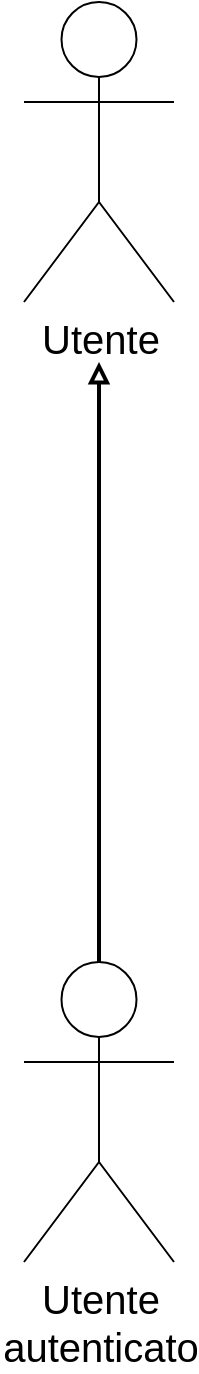
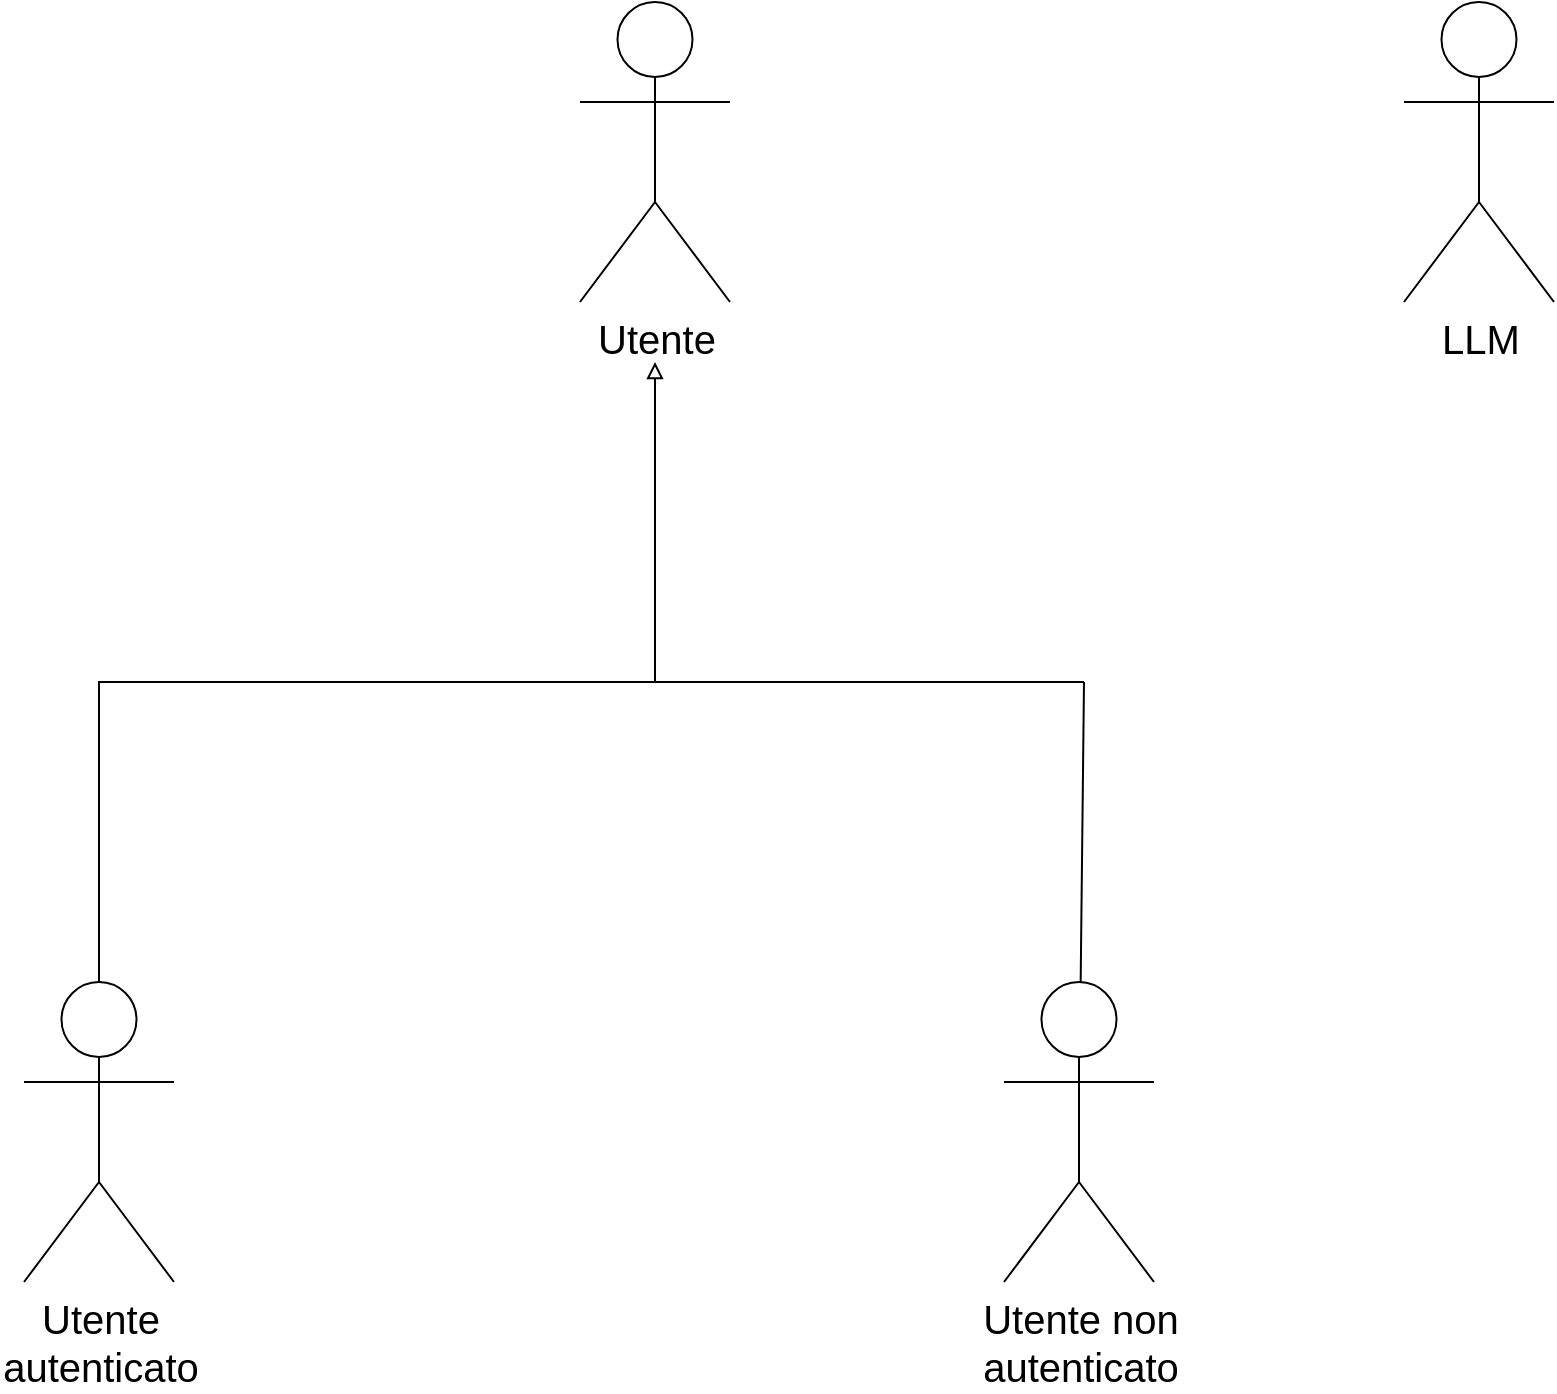
<mxfile host="Electron" agent="Mozilla/5.0 (Macintosh; Intel Mac OS X 10_15_7) AppleWebKit/537.36 (KHTML, like Gecko) draw.io/29.6.6 Chrome/144.0.7559.236 Electron/40.8.4 Safari/537.36" version="29.6.6">
  <diagram name="Page-1" id="SWSCjbfLKo6JAQNVY7nM">
-     <mxGraphModel dx="976" dy="656" grid="1" gridSize="10" guides="1" tooltips="1" connect="1" arrows="1" fold="1" page="1" pageScale="1" pageWidth="850" pageHeight="700" math="0" shadow="0">
+     <mxGraphModel dx="1084" dy="729" grid="1" gridSize="10" guides="1" tooltips="1" connect="1" arrows="1" fold="1" page="1" pageScale="1" pageWidth="850" pageHeight="700" math="0" shadow="0">
      <root>
        <mxCell id="0" />
        <mxCell id="1" parent="0" />
        <mxCell id="o21ZL58CcNTBUdiQOrhL-1" parent="1" style="shape=umlActor;verticalLabelPosition=bottom;verticalAlign=top;html=1;outlineConnect=0;fontSize=20;" value="Utente" vertex="1">
-           <mxGeometry height="150" width="75" x="388" y="10" as="geometry" />
+           <mxGeometry height="150" width="75" x="298" y="10" as="geometry" />
        </mxCell>
-         <mxCell id="o21ZL58CcNTBUdiQOrhL-5" edge="1" parent="1" source="o21ZL58CcNTBUdiQOrhL-4" style="edgeStyle=orthogonalEdgeStyle;rounded=0;orthogonalLoop=1;jettySize=auto;html=1;strokeWidth=2;endArrow=block;endFill=0;">
+         <mxCell id="o21ZL58CcNTBUdiQOrhL-5" edge="1" parent="1" source="o21ZL58CcNTBUdiQOrhL-4" style="edgeStyle=orthogonalEdgeStyle;rounded=0;orthogonalLoop=1;jettySize=auto;html=1;strokeWidth=1;endArrow=block;endFill=0;exitX=0.5;exitY=0;exitDx=0;exitDy=0;exitPerimeter=0;">
          <mxGeometry relative="1" as="geometry">
-             <mxPoint x="425.5" y="190" as="targetPoint" />
+             <Array as="points">
+               <mxPoint x="58" y="350" />
+               <mxPoint x="336" y="350" />
+             </Array>
+             <mxPoint x="335.5" y="190" as="targetPoint" />
          </mxGeometry>
        </mxCell>
        <mxCell id="o21ZL58CcNTBUdiQOrhL-4" parent="1" style="shape=umlActor;verticalLabelPosition=bottom;verticalAlign=top;html=1;outlineConnect=0;fontSize=20;" value="Utente&lt;div&gt;autenticato&lt;/div&gt;" vertex="1">
-           <mxGeometry height="150" width="75" x="388" y="490" as="geometry" />
+           <mxGeometry height="150" width="75" x="20" y="500" as="geometry" />
+         </mxCell>
+         <mxCell id="CnBOHJUF-qRkcFYK2OXe-1" parent="1" style="shape=umlActor;verticalLabelPosition=bottom;verticalAlign=top;html=1;outlineConnect=0;fontSize=20;" value="Utente non&lt;div&gt;autenticato&lt;/div&gt;" vertex="1">
+           <mxGeometry height="150" width="75" x="510" y="500" as="geometry" />
+         </mxCell>
+         <mxCell id="CnBOHJUF-qRkcFYK2OXe-3" edge="1" parent="1" style="endArrow=none;html=1;rounded=0;" value="">
+           <mxGeometry height="50" relative="1" width="50" as="geometry">
+             <mxPoint x="335" y="350" as="sourcePoint" />
+             <mxPoint x="550" y="350" as="targetPoint" />
+           </mxGeometry>
+         </mxCell>
+         <mxCell id="CnBOHJUF-qRkcFYK2OXe-4" edge="1" parent="1" style="endArrow=none;html=1;rounded=0;" target="CnBOHJUF-qRkcFYK2OXe-1" value="">
+           <mxGeometry height="50" relative="1" width="50" as="geometry">
+             <mxPoint x="550" y="350" as="sourcePoint" />
+             <mxPoint x="560" y="390" as="targetPoint" />
+           </mxGeometry>
+         </mxCell>
+         <mxCell id="CnBOHJUF-qRkcFYK2OXe-5" parent="1" style="shape=umlActor;verticalLabelPosition=bottom;verticalAlign=top;html=1;outlineConnect=0;fontSize=20;" value="LLM" vertex="1">
+           <mxGeometry height="150" width="75" x="710" y="10" as="geometry" />
        </mxCell>
      </root>
    </mxGraphModel>
  </diagram>
</mxfile>
